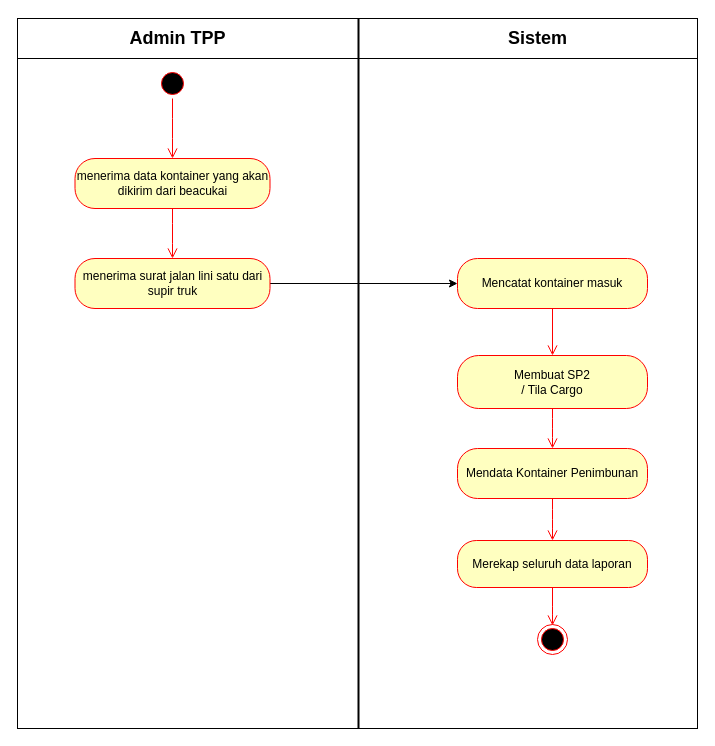
This is page "Kontainer Masuk" (1 of 2) of Activity Diagram pa tata.drawio from cuangshulhan/Flowchart, a draw.io file, before an edit. Source tidied: cells renumbered, new cells numbered last; positions are measured from the earlier drawing's top-left corner, leaving out a move shared by most shapes. Both pictures are drawn from the tidied source at 100%, with x=0, y=0 at pixel (17, 18).
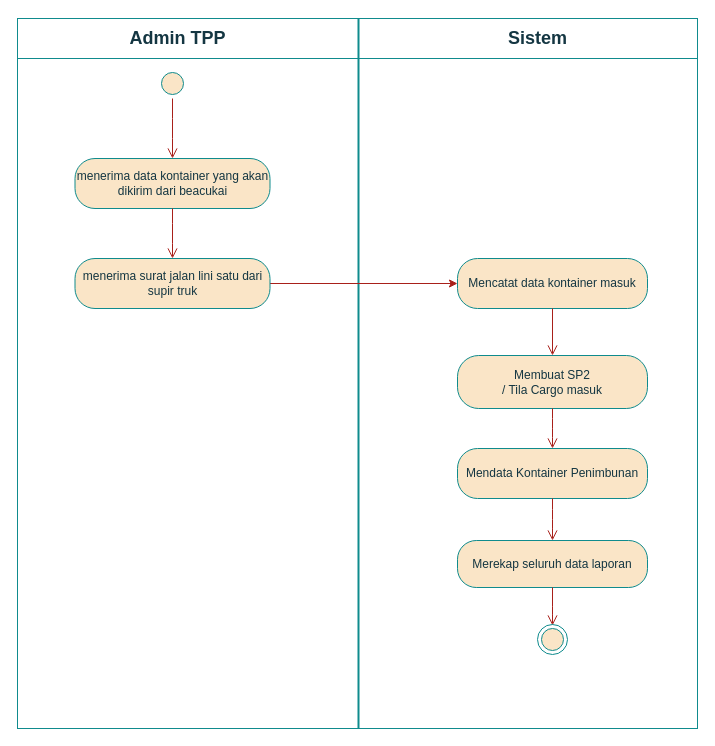
Above is the later version.

The edit, as a diff of the source:
```diff
@@
-    <mxCell id="2" style="rounded=0;whiteSpace=wrap;html=1;fillColor=none;" parent="1" vertex="1">
+    <mxCell id="2" style="rounded=0;whiteSpace=wrap;html=1;fillColor=none;strokeColor=#0F8B8D;fontColor=#143642;" parent="1" vertex="1">
       <mxGeometry width="680" height="710" as="geometry" />
     </mxCell>
-    <mxCell id="3" style="rounded=0;whiteSpace=wrap;html=1;fillColor=none;" parent="1" vertex="1">
+    <mxCell id="3" style="rounded=0;whiteSpace=wrap;html=1;fillColor=none;strokeColor=#0F8B8D;fontColor=#143642;" parent="1" vertex="1">
       <mxGeometry width="680" height="40" as="geometry" />
     </mxCell>
-    <mxCell id="4" style="line;strokeWidth=2;direction=south;html=1;fillColor=none;" parent="1" vertex="1">
+    <mxCell id="4" style="line;strokeWidth=2;direction=south;html=1;fillColor=none;labelBackgroundColor=#DAD2D8;strokeColor=#0F8B8D;fontColor=#143642;" parent="1" vertex="1">
       <mxGeometry x="336" width="10" height="710" as="geometry" />
     </mxCell>
-    <mxCell id="5" value="Admin TPP" style="text;strokeColor=none;fillColor=none;html=1;fontSize=18;fontStyle=1;verticalAlign=middle;align=center;" parent="1" vertex="1">
+    <mxCell id="5" value="Admin TPP" style="text;strokeColor=none;fillColor=none;html=1;fontSize=18;fontStyle=1;verticalAlign=middle;align=center;fontColor=#143642;" parent="1" vertex="1">
       <mxGeometry x="110" width="100" height="40" as="geometry" />
     </mxCell>
-    <mxCell id="6" value="Sistem" style="text;strokeColor=none;fillColor=none;html=1;fontSize=18;fontStyle=1;verticalAlign=middle;align=center;" parent="1" vertex="1">
+    <mxCell id="6" value="Sistem" style="text;strokeColor=none;fillColor=none;html=1;fontSize=18;fontStyle=1;verticalAlign=middle;align=center;fontColor=#143642;" parent="1" vertex="1">
       <mxGeometry x="470" width="100" height="40" as="geometry" />
     </mxCell>
-    <mxCell id="7" style="ellipse;html=1;shape=startState;fillColor=#000000;strokeColor=#ff0000;fontSize=18;" parent="1" vertex="1">
+    <mxCell id="7" style="ellipse;html=1;shape=startState;fillColor=#FAE5C7;strokeColor=#0F8B8D;fontSize=18;fontColor=#143642;" parent="1" vertex="1">
       <mxGeometry x="140" y="50" width="30" height="30" as="geometry" />
     </mxCell>
-    <mxCell id="8" style="edgeStyle=orthogonalEdgeStyle;html=1;verticalAlign=bottom;endArrow=open;endSize=8;strokeColor=#ff0000;fontSize=18;" parent="1" edge="1" source="7">
+    <mxCell id="8" style="edgeStyle=orthogonalEdgeStyle;html=1;verticalAlign=bottom;endArrow=open;endSize=8;strokeColor=#A8201A;fontSize=18;labelBackgroundColor=#DAD2D8;fontColor=#143642;" parent="1" edge="1" source="7">
       <mxGeometry relative="1" as="geometry">
         <mxPoint x="155" y="140" as="targetPoint" />
       </mxGeometry>
     </mxCell>
-    <mxCell id="9" value="menerima data kontainer yang akan dikirim dari beacukai" style="rounded=1;whiteSpace=wrap;html=1;arcSize=40;fontColor=#000000;fillColor=#ffffc0;strokeColor=#ff0000;" parent="1" vertex="1">
+    <mxCell id="9" value="menerima data kontainer yang akan dikirim dari beacukai" style="rounded=1;whiteSpace=wrap;html=1;arcSize=40;fontColor=#143642;fillColor=#FAE5C7;strokeColor=#0F8B8D;" parent="1" vertex="1">
       <mxGeometry x="57.5" y="140" width="195" height="50" as="geometry" />
     </mxCell>
-    <mxCell id="10" style="edgeStyle=orthogonalEdgeStyle;html=1;verticalAlign=bottom;endArrow=open;endSize=8;strokeColor=#ff0000;fontSize=18;" parent="1" edge="1" source="9">
+    <mxCell id="10" style="edgeStyle=orthogonalEdgeStyle;html=1;verticalAlign=bottom;endArrow=open;endSize=8;strokeColor=#A8201A;fontSize=18;labelBackgroundColor=#DAD2D8;fontColor=#143642;" parent="1" edge="1" source="9">
       <mxGeometry relative="1" as="geometry">
         <mxPoint x="155" y="240" as="targetPoint" />
       </mxGeometry>
     </mxCell>
-    <mxCell id="11" style="edgeStyle=orthogonalEdgeStyle;rounded=0;jettySize=auto;html=1;fontSize=18;" parent="1" edge="1" source="12" target="13">
+    <mxCell id="11" style="edgeStyle=orthogonalEdgeStyle;rounded=0;jettySize=auto;html=1;fontSize=18;labelBackgroundColor=#DAD2D8;strokeColor=#A8201A;fontColor=#143642;" parent="1" edge="1" source="12" target="13">
       <mxGeometry relative="1" as="geometry" />
     </mxCell>
-    <mxCell id="12" value="menerima surat jalan lini satu dari supir truk" style="rounded=1;whiteSpace=wrap;html=1;arcSize=40;fontColor=#000000;fillColor=#ffffc0;strokeColor=#ff0000;" parent="1" vertex="1">
+    <mxCell id="12" value="menerima surat jalan lini satu dari supir truk" style="rounded=1;whiteSpace=wrap;html=1;arcSize=40;fontColor=#143642;fillColor=#FAE5C7;strokeColor=#0F8B8D;" parent="1" vertex="1">
       <mxGeometry x="57.5" y="240" width="195" height="50" as="geometry" />
     </mxCell>
-    <mxCell id="13" value="Mencatat kontainer masuk" style="rounded=1;whiteSpace=wrap;html=1;arcSize=40;fontColor=#000000;fillColor=#ffffc0;strokeColor=#ff0000;" parent="1" vertex="1">
+    <mxCell id="13" value="Mencatat data kontainer masuk" style="rounded=1;whiteSpace=wrap;html=1;arcSize=40;fontColor=#143642;fillColor=#FAE5C7;strokeColor=#0F8B8D;" parent="1" vertex="1">
       <mxGeometry x="440" y="240" width="190" height="50" as="geometry" />
     </mxCell>
-    <mxCell id="14" style="edgeStyle=orthogonalEdgeStyle;html=1;verticalAlign=bottom;endArrow=open;endSize=8;strokeColor=#ff0000;fontSize=18;entryX=0.5;entryY=0;entryDx=0;entryDy=0;" parent="1" edge="1" source="13" target="15">
+    <mxCell id="14" style="edgeStyle=orthogonalEdgeStyle;html=1;verticalAlign=bottom;endArrow=open;endSize=8;strokeColor=#A8201A;fontSize=18;entryX=0.5;entryY=0;entryDx=0;entryDy=0;labelBackgroundColor=#DAD2D8;fontColor=#143642;" parent="1" edge="1" source="13" target="15">
       <mxGeometry relative="1" as="geometry" />
     </mxCell>
-    <mxCell id="15" value="&lt;div&gt;Membuat SP2&lt;/div&gt;&lt;div&gt;/ Tila Cargo&lt;/div&gt;" style="rounded=1;whiteSpace=wrap;html=1;arcSize=40;fontColor=#000000;fillColor=#ffffc0;strokeColor=#ff0000;" parent="1" vertex="1">
+    <mxCell id="15" value="&lt;div&gt;Membuat SP2&lt;/div&gt;&lt;div&gt;/ Tila Cargo masuk&lt;br&gt;&lt;/div&gt;" style="rounded=1;whiteSpace=wrap;html=1;arcSize=40;fontColor=#143642;fillColor=#FAE5C7;strokeColor=#0F8B8D;" parent="1" vertex="1">
       <mxGeometry x="440" y="337" width="190" height="53" as="geometry" />
     </mxCell>
-    <mxCell id="16" style="edgeStyle=orthogonalEdgeStyle;html=1;verticalAlign=bottom;endArrow=open;endSize=8;strokeColor=#ff0000;fontSize=18;" parent="1" edge="1" source="15">
+    <mxCell id="16" style="edgeStyle=orthogonalEdgeStyle;html=1;verticalAlign=bottom;endArrow=open;endSize=8;strokeColor=#A8201A;fontSize=18;labelBackgroundColor=#DAD2D8;fontColor=#143642;" parent="1" edge="1" source="15">
       <mxGeometry relative="1" as="geometry">
         <mxPoint x="535" y="430" as="targetPoint" />
       </mxGeometry>
     </mxCell>
-    <mxCell id="17" value="Mendata Kontainer Penimbunan" style="rounded=1;whiteSpace=wrap;html=1;arcSize=40;fontColor=#000000;fillColor=#ffffc0;strokeColor=#ff0000;" parent="1" vertex="1">
+    <mxCell id="17" value="Mendata Kontainer Penimbunan" style="rounded=1;whiteSpace=wrap;html=1;arcSize=40;fontColor=#143642;fillColor=#FAE5C7;strokeColor=#0F8B8D;" parent="1" vertex="1">
       <mxGeometry x="440" y="430" width="190" height="50" as="geometry" />
     </mxCell>
-    <mxCell id="18" style="edgeStyle=orthogonalEdgeStyle;html=1;verticalAlign=bottom;endArrow=open;endSize=8;strokeColor=#ff0000;fontSize=18;" parent="1" edge="1" source="17">
+    <mxCell id="18" style="edgeStyle=orthogonalEdgeStyle;html=1;verticalAlign=bottom;endArrow=open;endSize=8;strokeColor=#A8201A;fontSize=18;labelBackgroundColor=#DAD2D8;fontColor=#143642;" parent="1" edge="1" source="17">
       <mxGeometry relative="1" as="geometry">
         <mxPoint x="535" y="522" as="targetPoint" />
       </mxGeometry>
     </mxCell>
-    <mxCell id="19" value="Merekap seluruh data laporan" style="rounded=1;whiteSpace=wrap;html=1;arcSize=40;fontColor=#000000;fillColor=#ffffc0;strokeColor=#ff0000;" parent="1" vertex="1">
+    <mxCell id="19" value="Merekap seluruh data laporan" style="rounded=1;whiteSpace=wrap;html=1;arcSize=40;fontColor=#143642;fillColor=#FAE5C7;strokeColor=#0F8B8D;" parent="1" vertex="1">
       <mxGeometry x="440" y="522" width="190" height="47" as="geometry" />
     </mxCell>
-    <mxCell id="20" style="edgeStyle=orthogonalEdgeStyle;html=1;verticalAlign=bottom;endArrow=open;endSize=8;strokeColor=#ff0000;fontSize=18;" parent="1" edge="1" source="19">
+    <mxCell id="20" style="edgeStyle=orthogonalEdgeStyle;html=1;verticalAlign=bottom;endArrow=open;endSize=8;strokeColor=#A8201A;fontSize=18;labelBackgroundColor=#DAD2D8;fontColor=#143642;" parent="1" edge="1" source="19">
       <mxGeometry relative="1" as="geometry">
         <mxPoint x="535" y="607" as="targetPoint" />
       </mxGeometry>
     </mxCell>
-    <mxCell id="21" style="ellipse;html=1;shape=endState;fillColor=#000000;strokeColor=#ff0000;fontSize=18;" parent="1" vertex="1">
+    <mxCell id="21" style="ellipse;html=1;shape=endState;fillColor=#FAE5C7;strokeColor=#0F8B8D;fontSize=18;fontColor=#143642;" parent="1" vertex="1">
       <mxGeometry x="520" y="606" width="30" height="30" as="geometry" />
     </mxCell>
```
